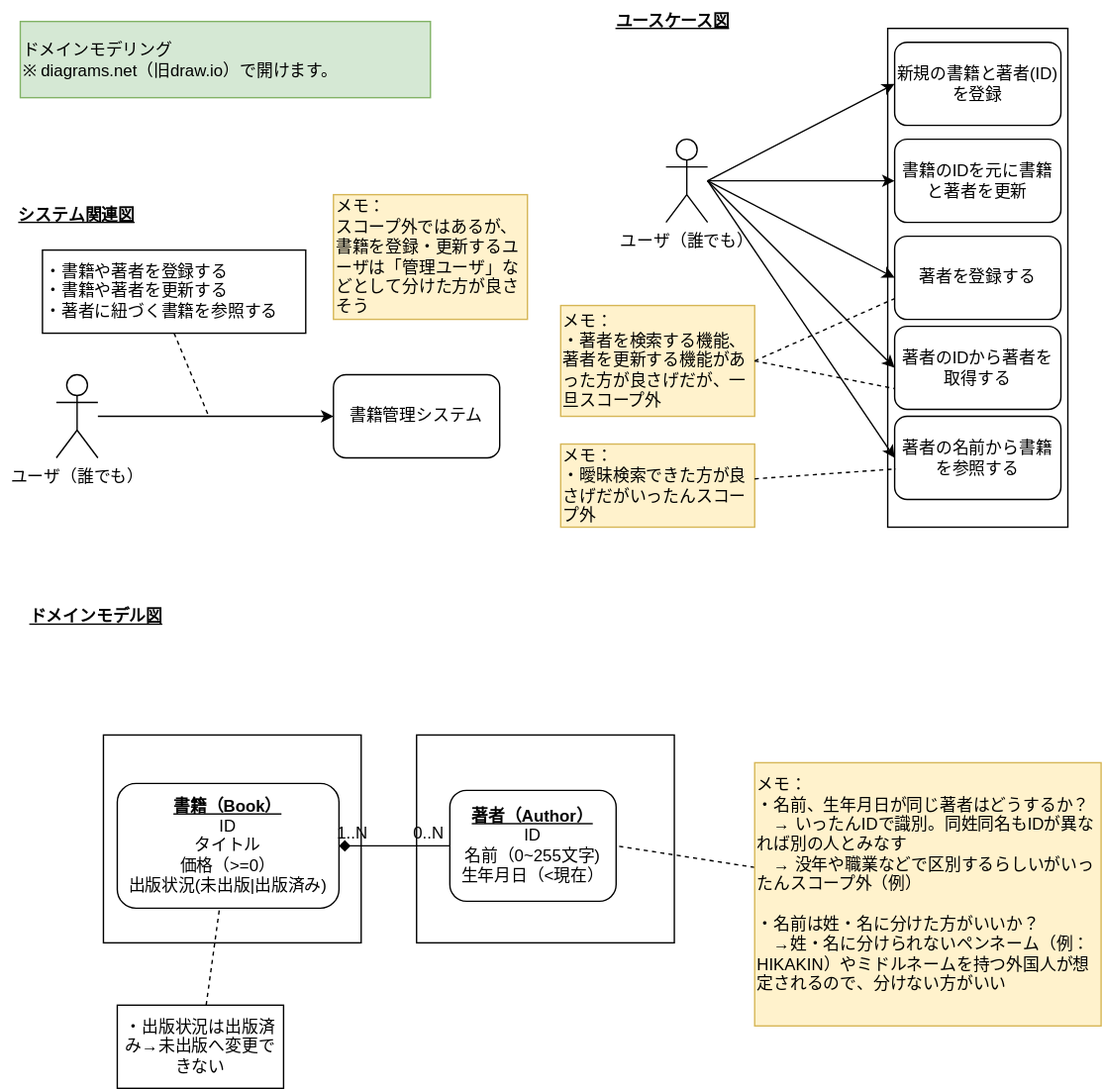
The draw.io diagram docs/domain-modeling.drawio.svg in tNita/kotlin-spring-boot-onion-architecture-sample, before a commit. Source tidied: cells renumbered, new cells last; positions are measured from the earlier drawing's top-left corner, leaving out a move shared by most shapes.
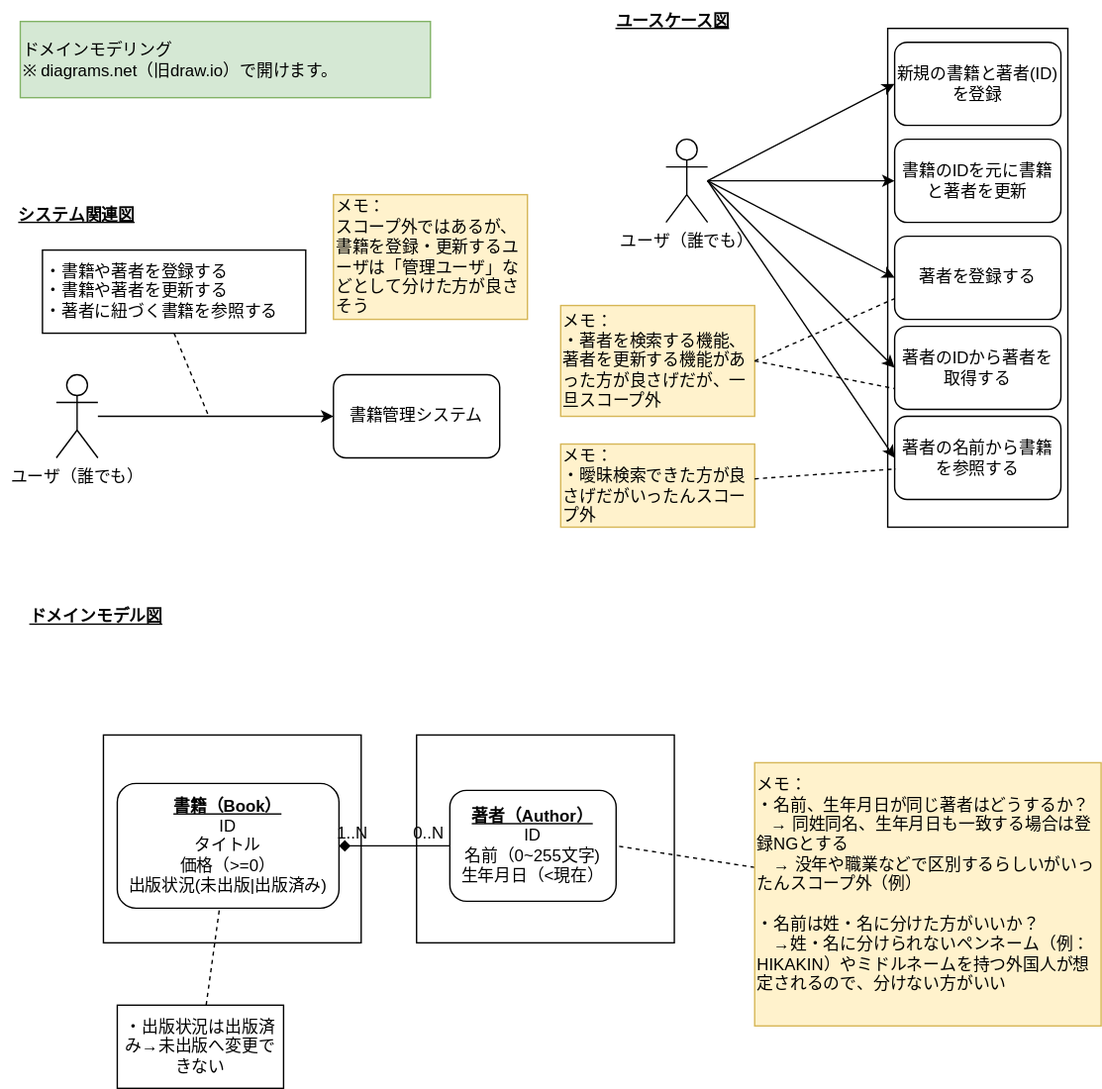
Later version of the same file.

What changed in the source:
```diff
@@ -89,7 +89,7 @@
     <mxCell id="28" style="rounded=0;jettySize=auto;html=1;entryX=1;entryY=0.5;entryDx=0;entryDy=0;endArrow=none;endFill=0;dashed=1;" parent="1" edge="1" source="29" target="23">
       <mxGeometry relative="1" as="geometry" />
     </mxCell>
-    <mxCell id="29" value="メモ：&lt;br&gt;&lt;div&gt;・名前、生年月日が同じ著者はどうするか？&lt;br&gt;　→ いったんIDで識別。同姓同名もIDが異なれば別の人とみなす&lt;br&gt;　→ 没年や職業などで区別するらしいがいったんスコープ外（&lt;a href=&quot;https://www.ndl.go.jp/jp/data/faq/author.html&quot;&gt;例&lt;/a&gt;）&lt;br&gt;&lt;br&gt;・名前は姓・名に分けた方がいいか？&lt;br&gt;　→&lt;span style=&quot;background-color: transparent; color: light-dark(rgb(0, 0, 0), rgb(255, 255, 255));&quot;&gt;姓・名に分けられない&lt;/span&gt;&lt;span style=&quot;background-color: transparent; color: light-dark(rgb(0, 0, 0), rgb(255, 255, 255));&quot;&gt;ペンネーム（例：HIKAKIN）やミドルネームを持つ外国人が想定されるので、分けない方がいい&lt;br&gt;&lt;/span&gt;&lt;/div&gt;&lt;div&gt;&lt;br&gt;&lt;/div&gt;" style="rounded=0;whiteSpace=wrap;html=1;fillColor=#fff2cc;strokeColor=#d6b656;align=left;" parent="1" vertex="1">
+    <mxCell id="29" value="メモ：&lt;br&gt;&lt;div&gt;・名前、生年月日が同じ著者はどうするか？&lt;br&gt;&amp;nbsp; &amp;nbsp;→ 同姓同名、生年月日も一致する場合は登録NGとする&lt;br&gt;　→ 没年や職業などで区別するらしいがいったんスコープ外（&lt;a href=&quot;https://www.ndl.go.jp/jp/data/faq/author.html&quot;&gt;例&lt;/a&gt;）&lt;br&gt;&lt;br&gt;・名前は姓・名に分けた方がいいか？&lt;br&gt;　→&lt;span style=&quot;background-color: transparent; color: light-dark(rgb(0, 0, 0), rgb(255, 255, 255));&quot;&gt;姓・名に分けられない&lt;/span&gt;&lt;span style=&quot;background-color: transparent; color: light-dark(rgb(0, 0, 0), rgb(255, 255, 255));&quot;&gt;ペンネーム（例：HIKAKIN）やミドルネームを持つ外国人が想定されるので、分けない方がいい&lt;br&gt;&lt;/span&gt;&lt;/div&gt;&lt;div&gt;&lt;br&gt;&lt;/div&gt;" style="rounded=0;whiteSpace=wrap;html=1;fillColor=#fff2cc;strokeColor=#d6b656;align=left;" parent="1" vertex="1">
       <mxGeometry x="544" y="550" width="250" height="190" as="geometry" />
     </mxCell>
     <mxCell id="30" value="著者を登録する" style="rounded=1;whiteSpace=wrap;html=1;" parent="1" vertex="1">
```
